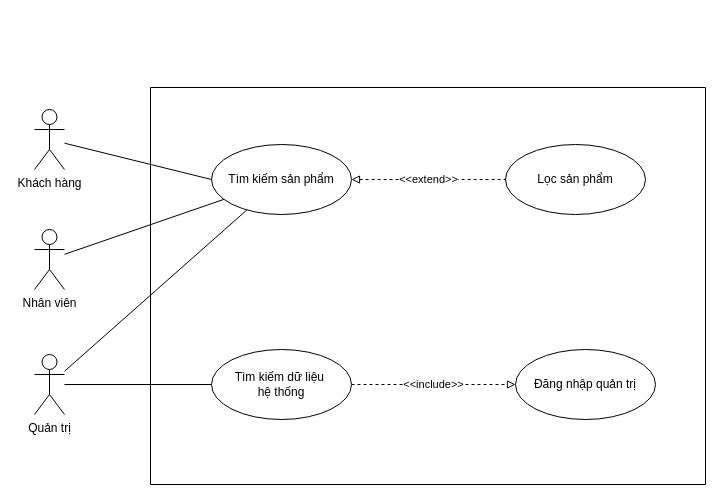
EdgarIgnite16/SGU-Course keeps this draw.io diagram as Nam3_HK1/CNPM_SoftTech/Usecase Diagrams/UD_3_Search.drawio. Above is the earlier version. Source tidied: cells renumbered, new cells numbered last; positions are measured from the earlier drawing's top-left corner, leaving out a move shared by most shapes. Both pictures are drawn from the tidied source at 100%, with x=0, y=0 at pixel (34, 24).
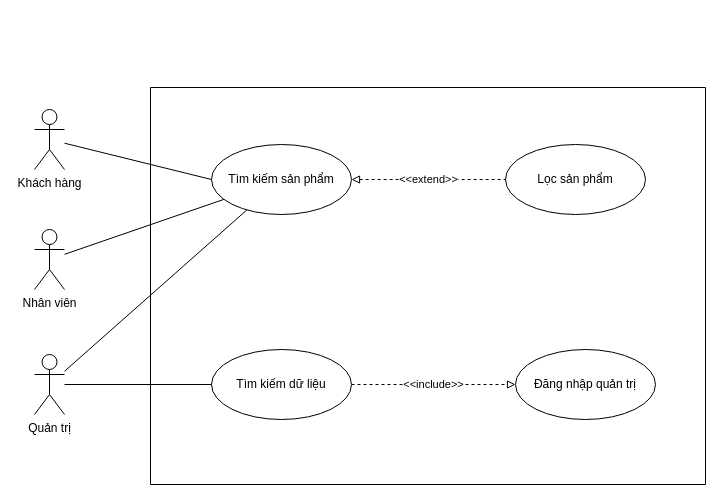
The same page after the edit.

Diff of the diagram source:
```diff
@@
 <mxGraphModel>
   <root>
     <mxCell id="0" />
     <mxCell id="1" parent="0" />
     <mxCell id="2" style="rounded=0;jettySize=auto;html=1;endArrow=none;endFill=0;entryX=0;entryY=0.5;entryDx=0;entryDy=0;" parent="1" edge="1" source="3" target="6">
       <mxGeometry relative="1" as="geometry" />
     </mxCell>
     <mxCell id="3" value="Khách hàng" style="shape=umlActor;verticalLabelPosition=bottom;verticalAlign=top;html=1;outlineConnect=0;" parent="1" vertex="1">
       <mxGeometry y="85" width="30" height="60" as="geometry" />
     </mxCell>
     <mxCell id="4" style="swimlane;startSize=0;" parent="1" vertex="1">
       <mxGeometry x="116" y="63" width="555" height="397" as="geometry" />
     </mxCell>
     <mxCell id="5" value="&amp;lt;&amp;lt;extend&amp;gt;&amp;gt;" style="edgeStyle=none;rounded=0;jettySize=auto;html=1;dashed=1;startArrow=block;startFill=0;endArrow=none;endFill=0;" parent="4" edge="1" source="6" target="10">
       <mxGeometry relative="1" as="geometry" />
     </mxCell>
     <mxCell id="6" value="Tìm kiếm sản phẩm" style="ellipse;whiteSpace=wrap;html=1;" parent="4" vertex="1">
       <mxGeometry x="61" y="57" width="140" height="70" as="geometry" />
     </mxCell>
     <mxCell id="7" value="Đăng nhập quản trị" style="ellipse;whiteSpace=wrap;html=1;" parent="4" vertex="1">
       <mxGeometry x="365" y="262" width="140" height="70" as="geometry" />
     </mxCell>
     <mxCell id="8" value="&amp;lt;&amp;lt;include&amp;gt;&amp;gt;" style="edgeStyle=none;rounded=0;jettySize=auto;html=1;dashed=1;startArrow=none;startFill=0;endArrow=block;endFill=0;" parent="4" edge="1" source="9" target="7">
       <mxGeometry relative="1" as="geometry" />
     </mxCell>
-    <mxCell id="9" value="Tìm kiếm dữ liệu&amp;nbsp;&lt;br&gt;hệ thống" style="ellipse;whiteSpace=wrap;html=1;" parent="4" vertex="1">
+    <mxCell id="9" value="Tìm kiếm dữ liệu" style="ellipse;whiteSpace=wrap;html=1;" parent="4" vertex="1">
       <mxGeometry x="61" y="262" width="140" height="70" as="geometry" />
     </mxCell>
     <mxCell id="10" value="Lọc sản phẩm" style="ellipse;whiteSpace=wrap;html=1;" parent="4" vertex="1">
       <mxGeometry x="355" y="57" width="140" height="70" as="geometry" />
     </mxCell>
     <mxCell id="11" style="edgeStyle=none;rounded=0;orthogonalLoop=1;jettySize=auto;html=1;exitX=0.5;exitY=0;exitDx=0;exitDy=0;dashed=1;strokeColor=default;" parent="1" edge="1">
       <mxGeometry relative="1" as="geometry">
         <mxPoint x="394.5" as="sourcePoint" />
         <mxPoint x="394.5" as="targetPoint" />
       </mxGeometry>
     </mxCell>
     <mxCell id="12" value="Quản trị" style="shape=umlActor;verticalLabelPosition=bottom;verticalAlign=top;html=1;outlineConnect=0;" parent="1" vertex="1">
       <mxGeometry y="330" width="30" height="60" as="geometry" />
     </mxCell>
     <mxCell id="13" value="Nhân viên" style="shape=umlActor;verticalLabelPosition=bottom;verticalAlign=top;html=1;outlineConnect=0;" parent="1" vertex="1">
       <mxGeometry y="205" width="30" height="60" as="geometry" />
     </mxCell>
     <mxCell id="14" style="rounded=0;jettySize=auto;html=1;endArrow=none;endFill=0;" parent="1" edge="1" source="13" target="6">
       <mxGeometry relative="1" as="geometry" />
     </mxCell>
     <mxCell id="15" style="rounded=0;jettySize=auto;html=1;endArrow=none;endFill=0;" parent="1" edge="1" source="9" target="12">
       <mxGeometry relative="1" as="geometry" />
     </mxCell>
     <mxCell id="16" style="rounded=0;jettySize=auto;html=1;endArrow=none;endFill=0;" parent="1" edge="1" source="6" target="12">
       <mxGeometry relative="1" as="geometry" />
     </mxCell>
   </root>
 </mxGraphModel>
```
